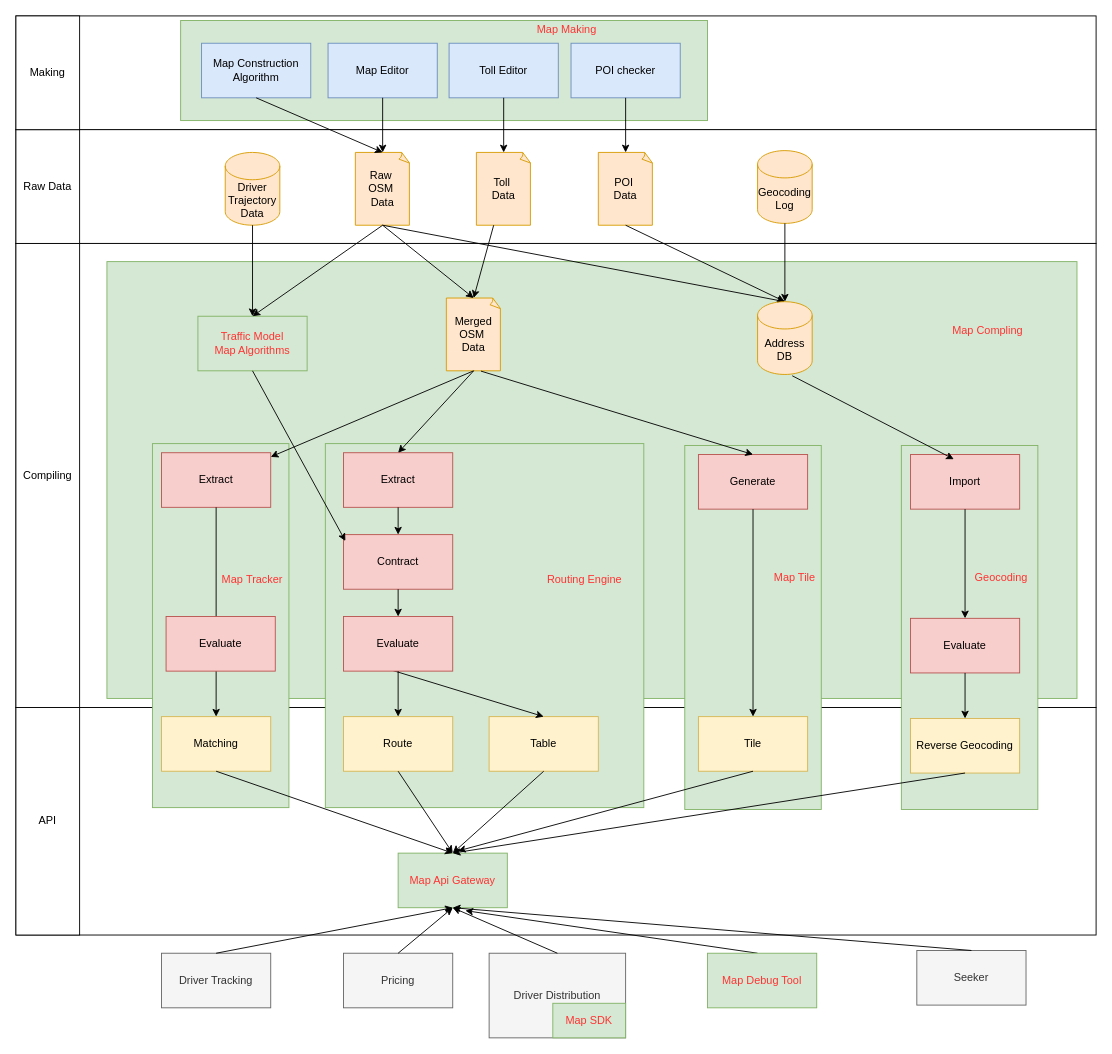
tallongsun/drawio keeps this draw.io diagram as page "map" (6 of 6) of sim-art.drawio. Above is the earlier version. Source tidied: cells renumbered, new cells numbered last; positions are measured from the earlier drawing's top-left corner, leaving out a move shared by most shapes. Both pictures are drawn from the tidied source at 91%, with x=0, y=0 at pixel (15, 15).
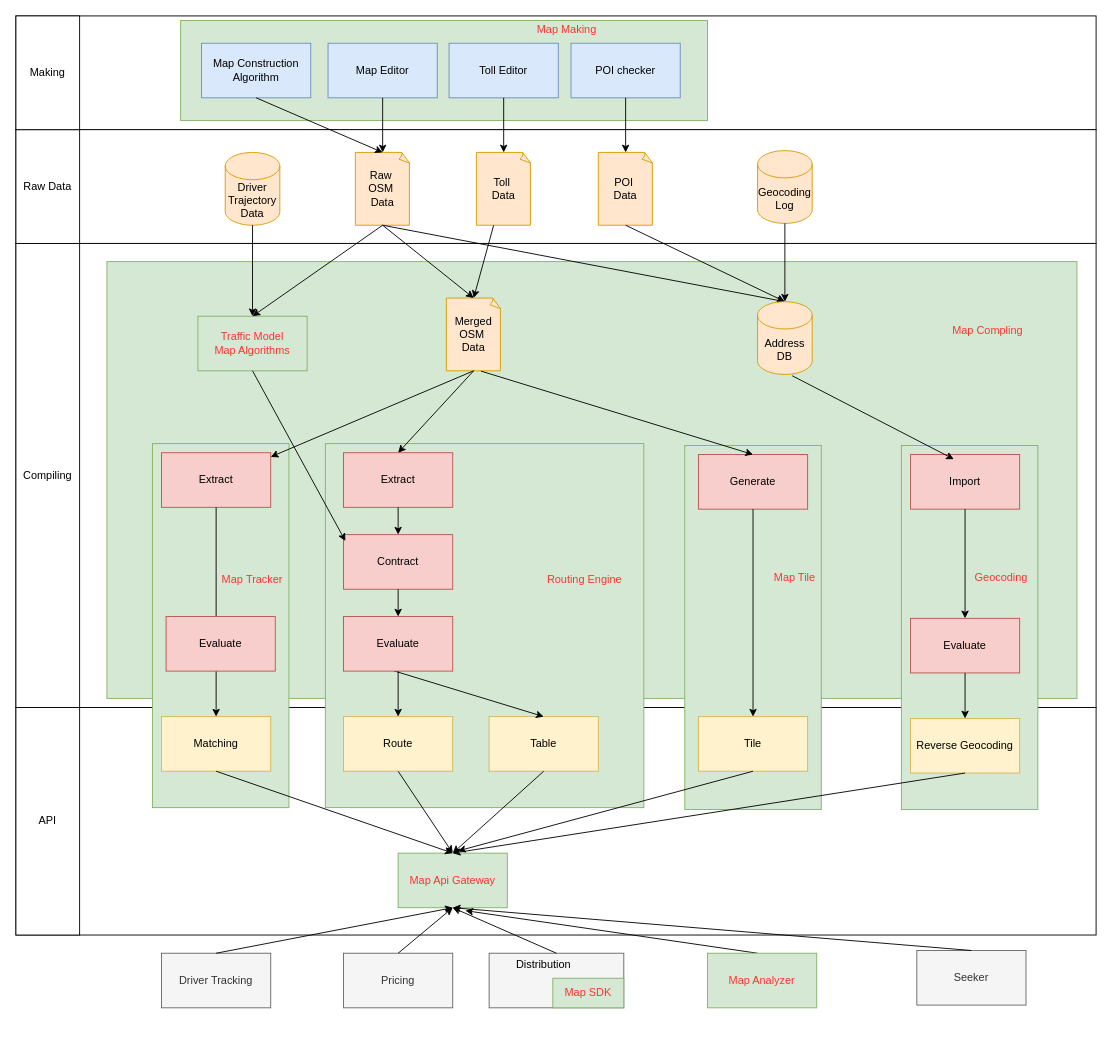
After the change.

The edit, as a diff of the source:
```diff
@@
-    <mxCell id="45" value="Driver Distribution" style="rounded=0;whiteSpace=wrap;html=1;fillColor=#f5f5f5;fontColor=#333333;strokeColor=#666666;" parent="1" vertex="1">
-      <mxGeometry x="520" y="1030" width="150" height="93" as="geometry" />
+    <mxCell id="45" style="rounded=0;whiteSpace=wrap;html=1;fillColor=#f5f5f5;fontColor=#333333;strokeColor=#666666;" parent="1" vertex="1">
+      <mxGeometry x="520" y="1030" width="148" height="60" as="geometry" />
     </mxCell>
@@
     <mxCell id="86" value="Map SDK" style="rounded=0;whiteSpace=wrap;html=1;fillColor=#d5e8d4;strokeColor=#82b366;fontColor=#FF3333;" parent="1" vertex="1">
-      <mxGeometry x="590" y="1085" width="80" height="38" as="geometry" />
+      <mxGeometry x="590" y="1057.5" width="78" height="32.5" as="geometry" />
     </mxCell>
-    <mxCell id="87" value="Map Debug Tool" style="rounded=0;whiteSpace=wrap;html=1;fillColor=#d5e8d4;strokeColor=#82b366;fontColor=#FF3333;" parent="1" vertex="1">
+    <mxCell id="87" value="Map Analyzer" style="rounded=0;whiteSpace=wrap;html=1;fillColor=#d5e8d4;strokeColor=#82b366;fontColor=#FF3333;" parent="1" vertex="1">
       <mxGeometry x="760" y="1030" width="120" height="60" as="geometry" />
     </mxCell>
+    <mxCell id="88" value="Distribution" style="text;html=1;whiteSpace=wrap;strokeColor=none;fillColor=none;align=center;verticalAlign=middle;rounded=0;" parent="1" vertex="1">
+      <mxGeometry x="550" y="1027.5" width="60" height="30" as="geometry" />
+    </mxCell>
```
